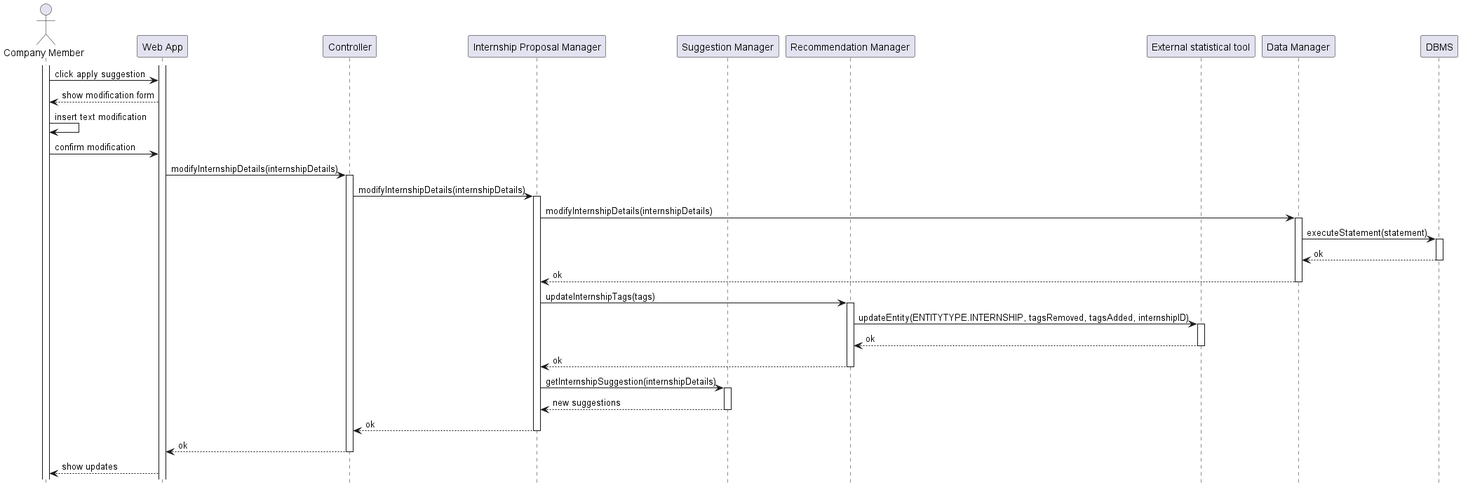
The PlantUML diagram DD/Architectural_design/uml_diagrams/RV15_diagram.png in matti8702/R_and_DD_project_SE2, before a commit. Source of this version:
```plantuml
@startuml RV15_diagram
hide footbox

actor "Company Member" as COM
participant "Web App" as W
participant "Controller" AS C
participant "Internship Proposal Manager" AS I
participant "Suggestion Manager" as SM
participant "Recommendation Manager" as RM
participant "External statistical tool" AS EXT
participant "Data Manager" AS DM
participant "DBMS" AS RD



activate COM
activate W
COM -> W: click apply suggestion
W --> COM: show modification form
COM -> COM: insert text modification
COM -> W: confirm modification
W -> C: modifyInternshipDetails(internshipDetails)
activate C
C -> I: modifyInternshipDetails(internshipDetails)
activate I

I -> DM: modifyInternshipDetails(internshipDetails)
activate DM
DM -> RD: executeStatement(statement)
activate RD
RD --> DM: ok
deactivate RD
DM --> I: ok
deactivate DM
I -> RM: updateInternshipTags(tags)
activate RM
RM -> EXT: updateEntity(ENTITYTYPE.INTERNSHIP, tagsRemoved, tagsAdded, internshipID)
activate EXT
EXT --> RM: ok
deactivate EXT
RM --> I: ok
deactivate RM

I -> SM: getInternshipSuggestion(internshipDetails)
activate SM
SM --> I: new suggestions
deactivate SM
I --> C: ok
deactivate I
C --> W: ok
deactivate C
W --> COM: show updates


@enduml
```
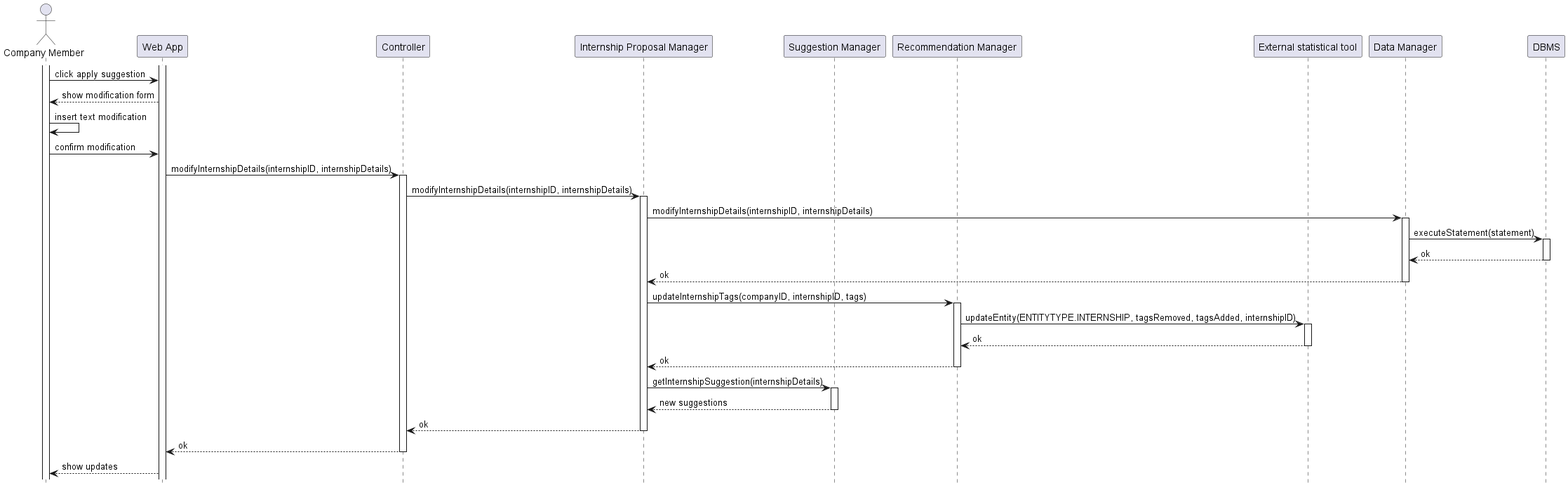
After the commit.

The edit, as a diff of the source:
```diff
@@ -19,12 +19,12 @@
 W --> COM: show modification form
 COM -> COM: insert text modification
 COM -> W: confirm modification
-W -> C: modifyInternshipDetails(internshipDetails)
+W -> C: modifyInternshipDetails(internshipID, internshipDetails)
 activate C
-C -> I: modifyInternshipDetails(internshipDetails)
+C -> I: modifyInternshipDetails(internshipID, internshipDetails)
 activate I
 
-I -> DM: modifyInternshipDetails(internshipDetails)
+I -> DM: modifyInternshipDetails(internshipID, internshipDetails)
 activate DM
 DM -> RD: executeStatement(statement)
 activate RD
@@ -32,7 +32,7 @@
 deactivate RD
 DM --> I: ok
 deactivate DM
-I -> RM: updateInternshipTags(tags)
+I -> RM: updateInternshipTags(companyID, internshipID, tags)
 activate RM
 RM -> EXT: updateEntity(ENTITYTYPE.INTERNSHIP, tagsRemoved, tagsAdded, internshipID)
 activate EXT
```
